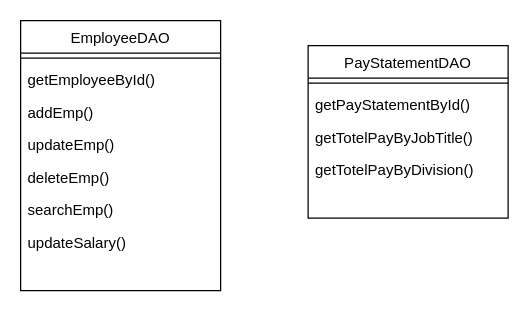
The draw.io diagram Diagram/classDiagram2.drawio in linnypham/CSC3350_project, before the edit. Source tidied: cells renumbered, new cells numbered last; positions are measured from the earlier drawing's top-left corner, leaving out a move shared by most shapes. Both pictures are drawn from the tidied source at 125%, with x=0, y=0 at pixel (20, 20).
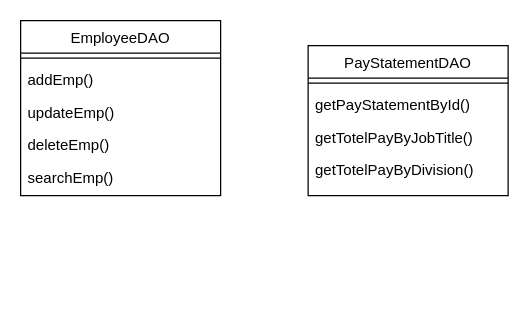
Above is the later version.

The edit, as a diff of the source:
```diff
@@
 <mxGraphModel>
   <root>
     <mxCell id="0" />
     <mxCell id="1" parent="0" />
     <mxCell id="2" value="EmployeeDAO" style="swimlane;fontStyle=0;align=center;verticalAlign=top;horizontal=1;startSize=26;rounded=0;shadow=0;strokeWidth=1;" parent="1" vertex="1">
-      <mxGeometry width="160" height="216" as="geometry" />
+      <mxGeometry width="160" height="140" as="geometry" />
     </mxCell>
     <mxCell id="3" style="line;html=1;strokeWidth=1;align=left;verticalAlign=middle;spacingTop=-1;spacingLeft=3;spacingRight=3;labelPosition=right;" parent="2" vertex="1">
       <mxGeometry y="26" width="160" height="8" as="geometry" />
     </mxCell>
-    <mxCell id="4" value="getEmployeeById()" style="text;align=left;verticalAlign=top;spacingLeft=4;spacingRight=4;overflow=hidden;" parent="2" vertex="1">
-      <mxGeometry y="34" width="160" height="26" as="geometry" />
-    </mxCell>
     <mxCell id="5" value="addEmp()" style="text;align=left;verticalAlign=top;spacingLeft=4;spacingRight=4;overflow=hidden;" parent="2" vertex="1">
-      <mxGeometry y="60" width="160" height="26" as="geometry" />
+      <mxGeometry y="34" width="160" height="26" as="geometry" />
     </mxCell>
     <mxCell id="6" value="updateEmp()" style="text;align=left;verticalAlign=top;spacingLeft=4;spacingRight=4;overflow=hidden;" parent="2" vertex="1">
-      <mxGeometry y="86" width="160" height="26" as="geometry" />
+      <mxGeometry y="60" width="160" height="26" as="geometry" />
     </mxCell>
     <mxCell id="7" value="deleteEmp()" style="text;align=left;verticalAlign=top;spacingLeft=4;spacingRight=4;overflow=hidden;" parent="2" vertex="1">
-      <mxGeometry y="112" width="160" height="26" as="geometry" />
+      <mxGeometry y="86" width="160" height="26" as="geometry" />
     </mxCell>
     <mxCell id="8" value="searchEmp()" style="text;align=left;verticalAlign=top;spacingLeft=4;spacingRight=4;overflow=hidden;" parent="2" vertex="1">
-      <mxGeometry y="138" width="160" height="26" as="geometry" />
+      <mxGeometry y="112" width="160" height="26" as="geometry" />
     </mxCell>
-    <mxCell id="9" value="updateSalary()" style="text;align=left;verticalAlign=top;spacingLeft=4;spacingRight=4;overflow=hidden;" parent="2" vertex="1">
-      <mxGeometry y="164" width="160" height="26" as="geometry" />
-    </mxCell>
     <mxCell id="10" value="PayStatementDAO" style="swimlane;fontStyle=0;align=center;verticalAlign=top;horizontal=1;startSize=26;rounded=0;shadow=0;strokeWidth=1;" parent="1" vertex="1">
-      <mxGeometry x="230" y="20" width="160" height="138" as="geometry" />
+      <mxGeometry x="230" y="20" width="160" height="120" as="geometry" />
     </mxCell>
     <mxCell id="11" style="line;html=1;strokeWidth=1;align=left;verticalAlign=middle;spacingTop=-1;spacingLeft=3;spacingRight=3;labelPosition=right;" parent="10" vertex="1">
       <mxGeometry y="26" width="160" height="8" as="geometry" />
     </mxCell>
     <mxCell id="12" value="getPayStatementById()" style="text;align=left;verticalAlign=top;spacingLeft=4;spacingRight=4;overflow=hidden;" parent="10" vertex="1">
       <mxGeometry y="34" width="160" height="26" as="geometry" />
     </mxCell>
     <mxCell id="13" value="getTotelPayByJobTitle()" style="text;align=left;verticalAlign=top;spacingLeft=4;spacingRight=4;overflow=hidden;" parent="10" vertex="1">
       <mxGeometry y="60" width="160" height="26" as="geometry" />
     </mxCell>
     <mxCell id="14" value="getTotelPayByDivision()" style="text;align=left;verticalAlign=top;spacingLeft=4;spacingRight=4;overflow=hidden;" parent="10" vertex="1">
       <mxGeometry y="86" width="160" height="26" as="geometry" />
     </mxCell>
   </root>
 </mxGraphModel>
```
